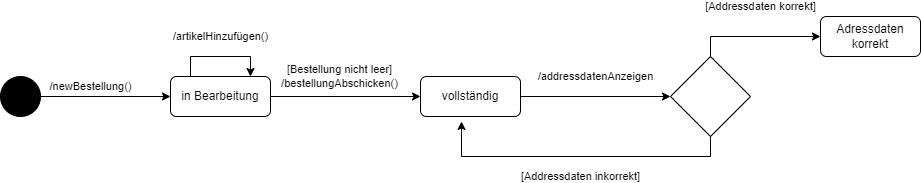
This is Übung9/Uebung9.drawio.png from jahtzee/SE_WS21, a draw.io export, as it was before one commit. Source tidied: cells renumbered, new cells last; positions are measured from the earlier drawing's top-left corner, leaving out a move shared by most shapes.
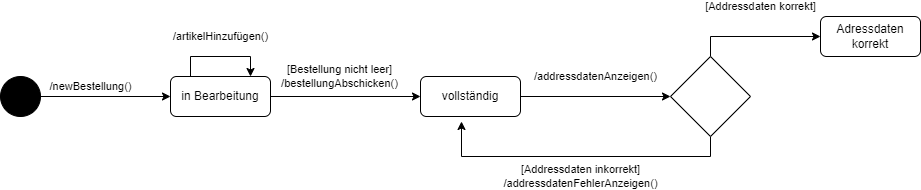
After the change.

Diff of the diagram source:
```diff
@@ -14,7 +14,7 @@
     <mxCell id="5" value="in Bearbeitung" style="shape=rect;rounded=1;html=1;whiteSpace=wrap;align=center;" parent="1" vertex="1">
       <mxGeometry x="170" y="60" width="100" height="40" as="geometry" />
     </mxCell>
-    <mxCell id="6" value="/addressdatenAnzeigen" style="edgeStyle=orthogonalEdgeStyle;rounded=0;jettySize=auto;html=1;" parent="1" edge="1" source="7" target="12">
+    <mxCell id="6" value="/addressdatenAnzeigen()" style="edgeStyle=orthogonalEdgeStyle;rounded=0;jettySize=auto;html=1;" parent="1" edge="1" source="7" target="12">
       <mxGeometry y="20" relative="1" as="geometry" />
     </mxCell>
     <mxCell id="7" value="vollständig" style="shape=rect;rounded=1;html=1;whiteSpace=wrap;align=center;" parent="1" vertex="1">
@@ -38,7 +38,7 @@
         </Array>
       </mxGeometry>
     </mxCell>
-    <mxCell id="11" value="[Addressdaten inkorrekt]" style="edgeStyle=orthogonalEdgeStyle;rounded=0;jettySize=auto;html=1;entryX=0.41;entryY=1.125;entryDx=0;entryDy=0;entryPerimeter=0;" parent="1" edge="1" source="12" target="7">
+    <mxCell id="11" value="[Addressdaten inkorrekt]&lt;br&gt;/addressdatenFehlerAnzeigen()" style="edgeStyle=orthogonalEdgeStyle;rounded=0;jettySize=auto;html=1;entryX=0.41;entryY=1.125;entryDx=0;entryDy=0;entryPerimeter=0;" parent="1" edge="1" source="12" target="7">
       <mxGeometry x="-0.01" y="20" relative="1" as="geometry">
         <Array as="points">
           <mxPoint x="710" y="140" />
```
